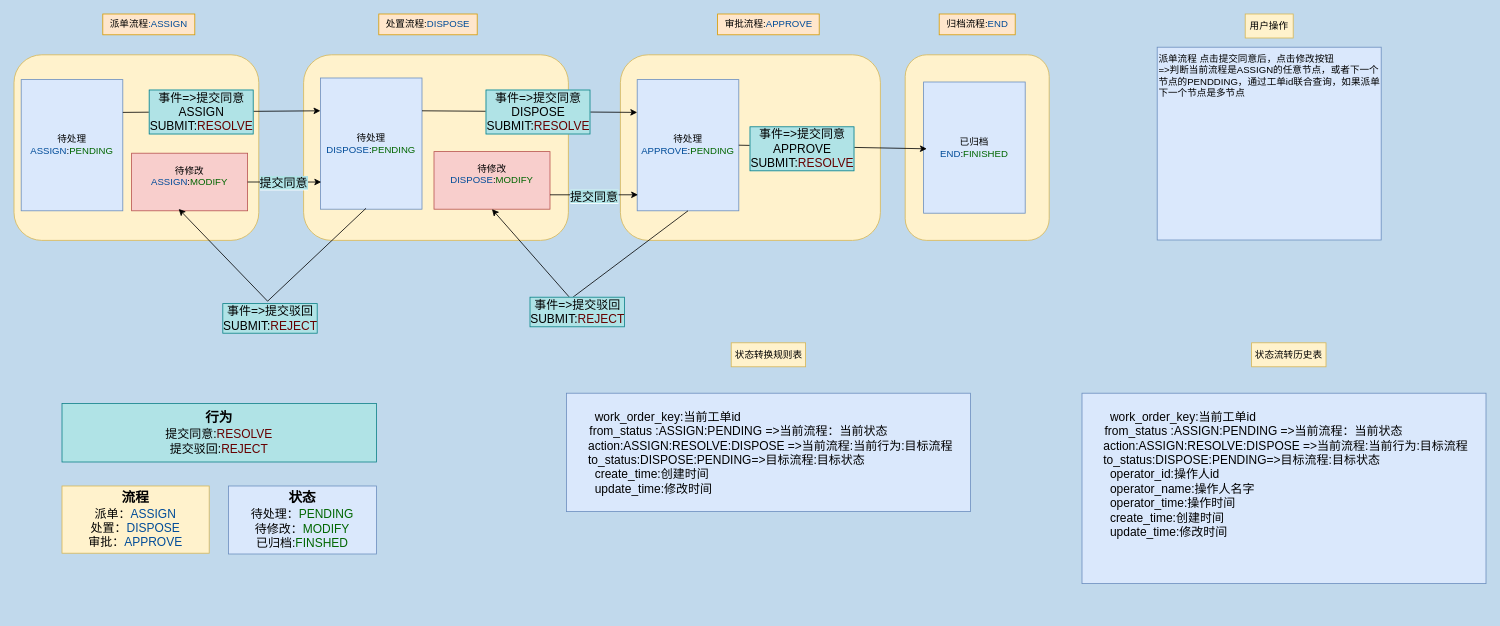
Before: 流程状态多节点.drawio in bestOneOnly/drawRelations, a draw.io diagram. Source tidied: cells renumbered, new cells numbered last; positions are measured from the earlier drawing's top-left corner, leaving out a move shared by most shapes. Both pictures are drawn from the tidied source at 80%, with x=0, y=0 at pixel (14, 14).
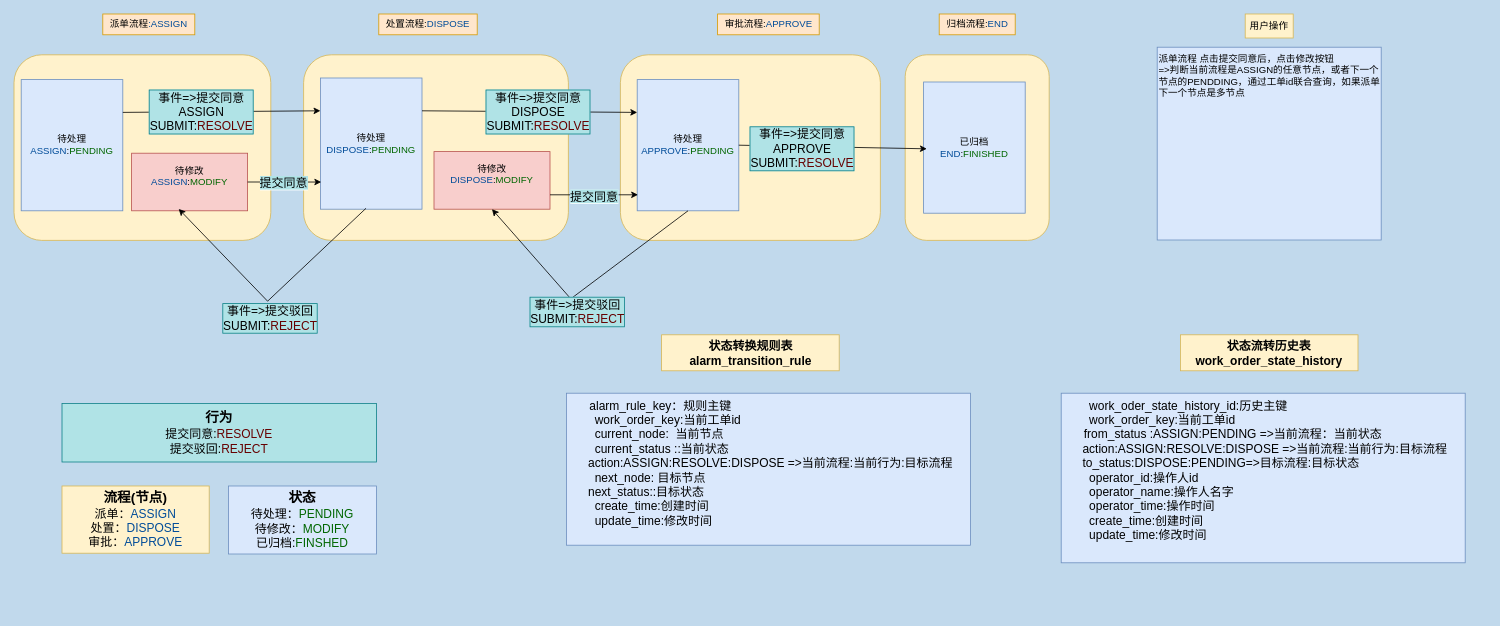
The same page after the edit.

Commit message:
更新流程状态多节点.drawio

What changed in the source:
```diff
@@
     <mxCell id="3" style="rounded=1;whiteSpace=wrap;html=1;fillColor=#fff2cc;strokeColor=#d6b656;" parent="1" vertex="1">
-      <mxGeometry y="51" width="306" height="232" as="geometry" />
+      <mxGeometry y="51" width="321" height="232" as="geometry" />
     </mxCell>
@@
-    <mxCell id="32" value="&lt;font style=&quot;font-size: 17px;&quot;&gt;&lt;b style=&quot;&quot;&gt;流程&lt;/b&gt;&lt;/font&gt;&lt;div&gt;&lt;span style=&quot;font-size: 15px;&quot;&gt;派单：&lt;font style=&quot;color: rgb(0, 76, 153);&quot;&gt;ASSIGN&lt;/font&gt;&lt;/span&gt;&lt;/div&gt;&lt;div&gt;&lt;span style=&quot;font-size: 15px;&quot;&gt;处置：&lt;font style=&quot;color: rgb(0, 76, 153);&quot;&gt;DISPOSE&lt;/font&gt;&lt;/span&gt;&lt;/div&gt;&lt;div&gt;&lt;span style=&quot;font-size: 15px;&quot;&gt;审批：&lt;font style=&quot;color: rgb(0, 76, 153);&quot;&gt;APPROVE&lt;/font&gt;&lt;/span&gt;&lt;/div&gt;" style="rounded=0;whiteSpace=wrap;html=1;fillColor=#fff2cc;strokeColor=#d6b656;" parent="1" vertex="1">
+    <mxCell id="32" value="&lt;font style=&quot;font-size: 17px;&quot;&gt;&lt;b style=&quot;&quot;&gt;流程(节点)&lt;/b&gt;&lt;/font&gt;&lt;div&gt;&lt;span style=&quot;font-size: 15px;&quot;&gt;派单：&lt;font style=&quot;color: rgb(0, 76, 153);&quot;&gt;ASSIGN&lt;/font&gt;&lt;/span&gt;&lt;/div&gt;&lt;div&gt;&lt;span style=&quot;font-size: 15px;&quot;&gt;处置：&lt;font style=&quot;color: rgb(0, 76, 153);&quot;&gt;DISPOSE&lt;/font&gt;&lt;/span&gt;&lt;/div&gt;&lt;div&gt;&lt;span style=&quot;font-size: 15px;&quot;&gt;审批：&lt;font style=&quot;color: rgb(0, 76, 153);&quot;&gt;APPROVE&lt;/font&gt;&lt;/span&gt;&lt;/div&gt;" style="rounded=0;whiteSpace=wrap;html=1;fillColor=#fff2cc;strokeColor=#d6b656;" parent="1" vertex="1">
       <mxGeometry x="60" y="590" width="184" height="84" as="geometry" />
     </mxCell>
-    <mxCell id="33" value="状态转换规则表" style="text;html=1;whiteSpace=wrap;strokeColor=#d6b656;fillColor=#fff2cc;align=center;verticalAlign=middle;rounded=0;" parent="1" vertex="1">
-      <mxGeometry x="896.5" y="411" width="93" height="30" as="geometry" />
+    <mxCell id="33" value="&lt;font style=&quot;font-size: 15px;&quot;&gt;&lt;b&gt;状态转换规则表alarm_transition_rule&lt;/b&gt;&lt;/font&gt;" style="text;html=1;whiteSpace=wrap;strokeColor=#d6b656;fillColor=#fff2cc;align=center;verticalAlign=middle;rounded=0;" parent="1" vertex="1">
+      <mxGeometry x="809.5" y="401" width="222" height="45" as="geometry" />
     </mxCell>
-    <mxCell id="34" value="&lt;div&gt;&lt;span style=&quot;white-space: pre;&quot;&gt;&#9;&lt;/span&gt;&lt;/div&gt;&lt;div&gt;&lt;font style=&quot;font-size: 15px;&quot;&gt;&lt;span style=&quot;white-space: pre;&quot;&gt;&#9;&lt;/span&gt;work_order_key:当前工单id&lt;/font&gt;&lt;/div&gt;&lt;span style=&quot;white-space: pre;&quot;&gt;&#9;&lt;/span&gt;&lt;font style=&quot;font-size: 15px;&quot;&gt;from_status :ASSIGN:PENDING =&amp;gt;当前流程：当前状态&lt;/font&gt;&lt;div&gt;&lt;font style=&quot;font-size: 15px;&quot;&gt;&amp;nbsp; &amp;nbsp; &amp;nbsp; action:ASSIGN:RESOLVE:DISPOSE =&amp;gt;当前流程:当前行为:目标流程&lt;/font&gt;&lt;/div&gt;&lt;div&gt;&lt;font style=&quot;font-size: 15px;&quot;&gt;&amp;nbsp; &amp;nbsp; &amp;nbsp; to_status:DISPOSE:PENDING=&amp;gt;目标流程:目标状态&lt;/font&gt;&lt;/div&gt;&lt;div&gt;&lt;font style=&quot;font-size: 15px;&quot;&gt;&lt;span style=&quot;white-space: pre;&quot;&gt;&#9;&lt;/span&gt;create_time:创建时间&lt;br&gt;&lt;/font&gt;&lt;/div&gt;&lt;div&gt;&lt;font style=&quot;font-size: 15px;&quot;&gt;&lt;span style=&quot;white-space: pre;&quot;&gt;&#9;&lt;/span&gt;update_time:修改时间&lt;br&gt;&lt;/font&gt;&lt;/div&gt;&lt;div&gt;&lt;font style=&quot;font-size: 15px;&quot;&gt;&lt;span style=&quot;white-space: pre;&quot;&gt;&lt;span style=&quot;white-space: pre;&quot;&gt;&#9;&lt;/span&gt;&lt;/span&gt;&lt;/font&gt;&lt;/div&gt;&lt;div&gt;&lt;font style=&quot;font-size: 15px;&quot;&gt;&lt;span style=&quot;white-space: pre;&quot;&gt;&#9;&lt;/span&gt;&lt;br&gt;&lt;/font&gt;&lt;/div&gt;&lt;div&gt;&lt;font style=&quot;font-size: 15px;&quot;&gt;&lt;span style=&quot;white-space: pre;&quot;&gt;&#9;&lt;/span&gt;&lt;br&gt;&lt;/font&gt;&lt;/div&gt;&lt;div&gt;&lt;font style=&quot;font-size: 15px;&quot;&gt;&amp;nbsp;&lt;span style=&quot;white-space: pre;&quot;&gt;&#9;&lt;/span&gt;&lt;/font&gt;&lt;/div&gt;&lt;div&gt;&lt;font style=&quot;font-size: 15px;&quot;&gt;&lt;br&gt;&lt;/font&gt;&lt;/div&gt;" style="rounded=0;whiteSpace=wrap;html=1;fillColor=#dae8fc;strokeColor=#6c8ebf;verticalAlign=top;align=left;" parent="1" vertex="1">
-      <mxGeometry x="690.5" y="474" width="505" height="148" as="geometry" />
+    <mxCell id="34" value="&lt;div&gt;&lt;span style=&quot;white-space: pre;&quot;&gt;&#9;&lt;/span&gt;&lt;font style=&quot;font-size: 15px;&quot;&gt;alarm_rule_key：规则主键&lt;/font&gt;&lt;/div&gt;&lt;div&gt;&lt;font style=&quot;font-size: 15px;&quot;&gt;&lt;span style=&quot;white-space: pre;&quot;&gt;&#9;&lt;/span&gt;work_order_key:当前工单id&lt;/font&gt;&lt;/div&gt;&lt;div&gt;&lt;font style=&quot;font-size: 15px;&quot;&gt;&lt;span style=&quot;white-space: pre;&quot;&gt;&#9;&lt;/span&gt;current_node:&amp;nbsp;&amp;nbsp;&lt;span style=&quot;background-color: transparent; color: light-dark(rgb(0, 0, 0), rgb(255, 255, 255));&quot;&gt;当前节点&lt;/span&gt;&lt;br&gt;&lt;/font&gt;&lt;/div&gt;&lt;font style=&quot;font-size: 15px;&quot;&gt;&lt;span style=&quot;white-space: pre;&quot;&gt;&#9;&lt;/span&gt;current&lt;/font&gt;&lt;font style=&quot;font-size: 15px;&quot;&gt;_status ::当前状态&lt;/font&gt;&lt;div&gt;&lt;font style=&quot;font-size: 15px;&quot;&gt;&amp;nbsp; &amp;nbsp; &amp;nbsp; action:ASSIGN:RESOLVE:DISPOSE =&amp;gt;当前流程:当前行为:目标流程&lt;/font&gt;&lt;/div&gt;&lt;div&gt;&lt;font style=&quot;font-size: 15px;&quot;&gt;&lt;span style=&quot;white-space: pre;&quot;&gt;&#9;&lt;/span&gt;next_node: 目标节点&lt;/font&gt;&lt;/div&gt;&lt;div&gt;&lt;font style=&quot;font-size: 15px;&quot;&gt;&amp;nbsp; &amp;nbsp; &amp;nbsp; next_status::目标状态&lt;/font&gt;&lt;/div&gt;&lt;div&gt;&lt;font style=&quot;font-size: 15px;&quot;&gt;&lt;span style=&quot;white-space: pre;&quot;&gt;&#9;&lt;/span&gt;create_time:创建时间&lt;br&gt;&lt;/font&gt;&lt;/div&gt;&lt;div&gt;&lt;font style=&quot;font-size: 15px;&quot;&gt;&lt;span style=&quot;white-space: pre;&quot;&gt;&#9;&lt;/span&gt;update_time:修改时间&lt;/font&gt;&lt;/div&gt;&lt;div&gt;&lt;font style=&quot;font-size: 15px;&quot;&gt;&lt;br&gt;&lt;/font&gt;&lt;/div&gt;" style="rounded=0;whiteSpace=wrap;html=1;fillColor=#dae8fc;strokeColor=#6c8ebf;verticalAlign=top;align=left;" parent="1" vertex="1">
+      <mxGeometry x="690.5" y="474" width="505" height="190" as="geometry" />
     </mxCell>
@@
-    <mxCell id="37" value="状态流转历史表" style="text;html=1;whiteSpace=wrap;strokeColor=#d6b656;fillColor=#fff2cc;align=center;verticalAlign=middle;rounded=0;" parent="1" vertex="1">
-      <mxGeometry x="1547" y="411" width="93" height="30" as="geometry" />
+    <mxCell id="37" value="&lt;font style=&quot;font-size: 15px;&quot;&gt;&lt;b&gt;状态流转历史表&lt;/b&gt;&lt;/font&gt;&lt;div&gt;&lt;font style=&quot;font-size: 15px;&quot;&gt;&lt;b&gt;work_order_state_history&lt;/b&gt;&lt;/font&gt;&lt;/div&gt;" style="text;html=1;whiteSpace=wrap;strokeColor=#d6b656;fillColor=#fff2cc;align=center;verticalAlign=middle;rounded=0;" parent="1" vertex="1">
+      <mxGeometry x="1458" y="401" width="222" height="45" as="geometry" />
     </mxCell>
-    <mxCell id="38" value="&lt;div&gt;&lt;span style=&quot;white-space: pre;&quot;&gt;&#9;&lt;/span&gt;&lt;/div&gt;&lt;div&gt;&lt;font style=&quot;font-size: 15px;&quot;&gt;&lt;span style=&quot;white-space: pre;&quot;&gt;&#9;&lt;/span&gt;work_order_key:当前工单id&lt;/font&gt;&lt;/div&gt;&lt;span style=&quot;white-space: pre;&quot;&gt;&#9;&lt;/span&gt;&lt;font style=&quot;font-size: 15px;&quot;&gt;from_status :ASSIGN:PENDING =&amp;gt;当前流程：当前状态&lt;/font&gt;&lt;div&gt;&lt;font style=&quot;font-size: 15px;&quot;&gt;&amp;nbsp; &amp;nbsp; &amp;nbsp; action:ASSIGN:RESOLVE:DISPOSE =&amp;gt;当前流程:当前行为:目标流程&lt;/font&gt;&lt;/div&gt;&lt;div&gt;&lt;font style=&quot;font-size: 15px;&quot;&gt;&amp;nbsp; &amp;nbsp; &amp;nbsp; to_status:DISPOSE:PENDING=&amp;gt;目标流程:目标状态&lt;/font&gt;&lt;/div&gt;&lt;div&gt;&lt;font style=&quot;font-size: 15px;&quot;&gt;&lt;span style=&quot;white-space: pre;&quot;&gt;&#9;&lt;/span&gt;operator_id:操作人id&lt;br&gt;&lt;/font&gt;&lt;/div&gt;&lt;div&gt;&lt;font style=&quot;font-size: 15px;&quot;&gt;&lt;span style=&quot;white-space: pre;&quot;&gt;&#9;&lt;/span&gt;operator_name:操作人名字&lt;br&gt;&lt;/font&gt;&lt;/div&gt;&lt;div&gt;&lt;font style=&quot;font-size: 15px;&quot;&gt;&lt;span style=&quot;white-space: pre;&quot;&gt;&#9;&lt;/span&gt;operator_time:操作时间&lt;br&gt;&lt;/font&gt;&lt;/div&gt;&lt;div&gt;&lt;font style=&quot;font-size: 15px;&quot;&gt;&lt;span style=&quot;white-space: pre;&quot;&gt;&#9;&lt;/span&gt;create_time:创建时间&lt;br&gt;&lt;/font&gt;&lt;/div&gt;&lt;div&gt;&lt;font style=&quot;font-size: 15px;&quot;&gt;&lt;span style=&quot;white-space: pre;&quot;&gt;&#9;&lt;/span&gt;update_time:修改时间&lt;br&gt;&lt;/font&gt;&lt;/div&gt;&lt;div&gt;&lt;font style=&quot;font-size: 15px;&quot;&gt;&lt;span style=&quot;white-space: pre;&quot;&gt;&lt;span style=&quot;white-space: pre;&quot;&gt;&#9;&lt;/span&gt;&lt;/span&gt;&lt;/font&gt;&lt;/div&gt;&lt;div&gt;&lt;font style=&quot;font-size: 15px;&quot;&gt;&lt;span style=&quot;white-space: pre;&quot;&gt;&#9;&lt;/span&gt;&lt;br&gt;&lt;/font&gt;&lt;/div&gt;&lt;div&gt;&lt;font style=&quot;font-size: 15px;&quot;&gt;&lt;span style=&quot;white-space: pre;&quot;&gt;&#9;&lt;/span&gt;&lt;br&gt;&lt;/font&gt;&lt;/div&gt;&lt;div&gt;&lt;font style=&quot;font-size: 15px;&quot;&gt;&amp;nbsp;&lt;span style=&quot;white-space: pre;&quot;&gt;&#9;&lt;/span&gt;&lt;/font&gt;&lt;/div&gt;&lt;div&gt;&lt;font style=&quot;font-size: 15px;&quot;&gt;&lt;br&gt;&lt;/font&gt;&lt;/div&gt;" style="rounded=0;whiteSpace=wrap;html=1;fillColor=#dae8fc;strokeColor=#6c8ebf;verticalAlign=top;align=left;" parent="1" vertex="1">
-      <mxGeometry x="1335" y="474" width="505" height="238" as="geometry" />
+    <mxCell id="38" value="&lt;div&gt;&lt;font style=&quot;font-size: 15px;&quot;&gt;&lt;span style=&quot;white-space: pre;&quot;&gt;&#9;&lt;/span&gt;work_oder_state_history_id:历史主键&lt;/font&gt;&lt;/div&gt;&lt;div&gt;&lt;font style=&quot;font-size: 15px;&quot;&gt;&lt;span style=&quot;white-space: pre;&quot;&gt;&#9;&lt;/span&gt;work_order_key:当前工单id&lt;/font&gt;&lt;/div&gt;&lt;span style=&quot;white-space: pre;&quot;&gt;&#9;&lt;/span&gt;&lt;font style=&quot;font-size: 15px;&quot;&gt;from_status :ASSIGN:PENDING =&amp;gt;当前流程：当前状态&lt;/font&gt;&lt;div&gt;&lt;font style=&quot;font-size: 15px;&quot;&gt;&amp;nbsp; &amp;nbsp; &amp;nbsp; action:ASSIGN:RESOLVE:DISPOSE =&amp;gt;当前流程:当前行为:目标流程&lt;/font&gt;&lt;/div&gt;&lt;div&gt;&lt;font style=&quot;font-size: 15px;&quot;&gt;&amp;nbsp; &amp;nbsp; &amp;nbsp; to_status:DISPOSE:PENDING=&amp;gt;目标流程:目标状态&lt;/font&gt;&lt;/div&gt;&lt;div&gt;&lt;font style=&quot;font-size: 15px;&quot;&gt;&lt;span style=&quot;white-space: pre;&quot;&gt;&#9;&lt;/span&gt;operator_id:操作人id&lt;br&gt;&lt;/font&gt;&lt;/div&gt;&lt;div&gt;&lt;font style=&quot;font-size: 15px;&quot;&gt;&lt;span style=&quot;white-space: pre;&quot;&gt;&#9;&lt;/span&gt;operator_name:操作人名字&lt;br&gt;&lt;/font&gt;&lt;/div&gt;&lt;div&gt;&lt;font style=&quot;font-size: 15px;&quot;&gt;&lt;span style=&quot;white-space: pre;&quot;&gt;&#9;&lt;/span&gt;operator_time:操作时间&lt;br&gt;&lt;/font&gt;&lt;/div&gt;&lt;div&gt;&lt;font style=&quot;font-size: 15px;&quot;&gt;&lt;span style=&quot;white-space: pre;&quot;&gt;&#9;&lt;/span&gt;create_time:创建时间&lt;br&gt;&lt;/font&gt;&lt;/div&gt;&lt;div&gt;&lt;font style=&quot;font-size: 15px;&quot;&gt;&lt;span style=&quot;white-space: pre;&quot;&gt;&#9;&lt;/span&gt;update_time:修改时间&lt;/font&gt;&lt;/div&gt;" style="rounded=0;whiteSpace=wrap;html=1;fillColor=#dae8fc;strokeColor=#6c8ebf;verticalAlign=top;align=left;" parent="1" vertex="1">
+      <mxGeometry x="1309" y="474" width="505" height="212" as="geometry" />
     </mxCell>
```
